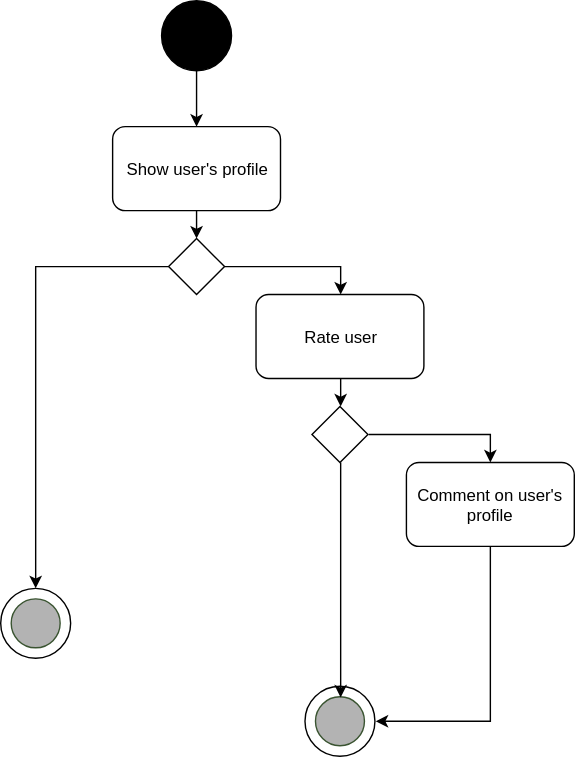
Earlier version of the draw.io export planning-and-analysis/functional-modeling/diagrams/activity-diagram/rate-activity-diagram.svg (hessamhz/software-engineering-project). Source tidied: cells renumbered, new cells last; positions are measured from the earlier drawing's top-left corner, leaving out a move shared by most shapes.
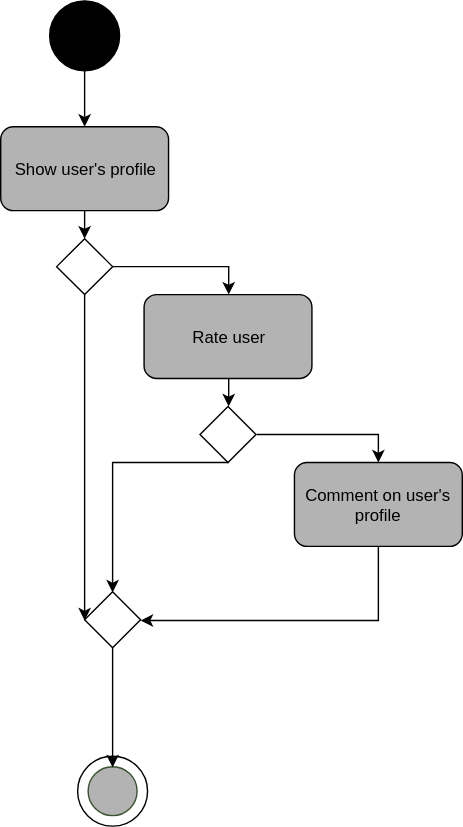
The same diagram one commit later.

Diff of the diagram source:
```diff
@@ -3,10 +3,10 @@
     <mxCell id="0" />
     <mxCell id="1" parent="0" />
     <mxCell id="2" style="ellipse;whiteSpace=wrap;html=1;strokeColor=#000000;fillColor=#FFFFFF;" parent="1" vertex="1">
-      <mxGeometry x="217.5" y="490" width="50" height="50" as="geometry" />
+      <mxGeometry x="135" y="540" width="50" height="50" as="geometry" />
     </mxCell>
     <mxCell id="3" style="ellipse;whiteSpace=wrap;html=1;strokeColor=#3A5431;fillColor=#B3B3B3;fontColor=#ffffff;" parent="1" vertex="1">
-      <mxGeometry x="225" y="497.5" width="35" height="35" as="geometry" />
+      <mxGeometry x="142.5" y="547.5" width="35" height="35" as="geometry" />
     </mxCell>
     <mxCell id="4" style="edgeStyle=orthogonalEdgeStyle;rounded=0;jettySize=auto;html=1;exitX=0.5;exitY=1;exitDx=0;exitDy=0;entryX=0.5;entryY=0;entryDx=0;entryDy=0;" parent="1" edge="1" source="5" target="7">
       <mxGeometry relative="1" as="geometry" />
@@ -17,33 +17,32 @@
     <mxCell id="6" style="edgeStyle=orthogonalEdgeStyle;rounded=0;jettySize=auto;html=1;exitX=0.5;exitY=1;exitDx=0;exitDy=0;entryX=0.5;entryY=0;entryDx=0;entryDy=0;" parent="1" edge="1" source="7" target="16">
       <mxGeometry relative="1" as="geometry" />
     </mxCell>
-    <mxCell id="7" value="Show user's profile" style="rounded=1;whiteSpace=wrap;html=1;fillColor=#FFFFFF;" parent="1" vertex="1">
+    <mxCell id="7" value="Show user's profile" style="rounded=1;whiteSpace=wrap;html=1;fillColor=#B3B3B3;" parent="1" vertex="1">
       <mxGeometry x="80" y="90" width="120" height="60" as="geometry" />
     </mxCell>
     <mxCell id="8" style="edgeStyle=orthogonalEdgeStyle;rounded=0;jettySize=auto;html=1;exitX=0.5;exitY=1;exitDx=0;exitDy=0;entryX=0.5;entryY=0;entryDx=0;entryDy=0;" parent="1" edge="1" source="9" target="19">
       <mxGeometry relative="1" as="geometry" />
     </mxCell>
-    <mxCell id="9" value="Rate user" style="rounded=1;whiteSpace=wrap;html=1;fillColor=#FFFFFF;" parent="1" vertex="1">
+    <mxCell id="9" value="Rate user" style="rounded=1;whiteSpace=wrap;html=1;fillColor=#B3B3B3;" parent="1" vertex="1">
       <mxGeometry x="182.5" y="210" width="120" height="60" as="geometry" />
     </mxCell>
-    <mxCell id="10" style="ellipse;whiteSpace=wrap;html=1;strokeColor=#000000;fillColor=#FFFFFF;" parent="1" vertex="1">
-      <mxGeometry y="420" width="50" height="50" as="geometry" />
-    </mxCell>
-    <mxCell id="11" style="ellipse;whiteSpace=wrap;html=1;strokeColor=#3A5431;fillColor=#B3B3B3;fontColor=#ffffff;" parent="1" vertex="1">
-      <mxGeometry x="7.5" y="427.5" width="35" height="35" as="geometry" />
-    </mxCell>
-    <mxCell id="12" style="edgeStyle=orthogonalEdgeStyle;rounded=0;jettySize=auto;html=1;entryX=1;entryY=0.5;entryDx=0;entryDy=0;" parent="1" edge="1" source="13" target="2">
+    <mxCell id="12" style="edgeStyle=orthogonalEdgeStyle;rounded=0;jettySize=auto;html=1;entryX=1;entryY=0.5;entryDx=0;entryDy=0;" parent="1" edge="1" source="13" target="21">
       <mxGeometry relative="1" as="geometry">
         <Array as="points">
-          <mxPoint x="350" y="515" />
+          <mxPoint x="350" y="443" />
         </Array>
       </mxGeometry>
     </mxCell>
-    <mxCell id="13" value="Comment on user's profile" style="rounded=1;whiteSpace=wrap;html=1;fillColor=#FFFFFF;" parent="1" vertex="1">
+    <mxCell id="13" value="Comment on user's profile" style="rounded=1;whiteSpace=wrap;html=1;fillColor=#B3B3B3;" parent="1" vertex="1">
       <mxGeometry x="290" y="330" width="120" height="60" as="geometry" />
     </mxCell>
-    <mxCell id="14" style="edgeStyle=orthogonalEdgeStyle;rounded=0;jettySize=auto;html=1;entryX=0.5;entryY=0;entryDx=0;entryDy=0;" parent="1" edge="1" source="16" target="10">
-      <mxGeometry relative="1" as="geometry" />
+    <mxCell id="14" style="edgeStyle=orthogonalEdgeStyle;rounded=0;jettySize=auto;html=1;entryX=0;entryY=0.5;entryDx=0;entryDy=0;" parent="1" edge="1" source="16" target="21">
+      <mxGeometry relative="1" as="geometry">
+        <Array as="points">
+          <mxPoint x="140" y="390" />
+          <mxPoint x="140" y="390" />
+        </Array>
+      </mxGeometry>
     </mxCell>
     <mxCell id="15" style="edgeStyle=orthogonalEdgeStyle;rounded=0;jettySize=auto;html=1;exitX=1;exitY=0.5;exitDx=0;exitDy=0;entryX=0.5;entryY=0;entryDx=0;entryDy=0;" parent="1" edge="1" source="16" target="9">
       <mxGeometry relative="1" as="geometry" />
@@ -51,14 +50,24 @@
     <mxCell id="16" style="rhombus;whiteSpace=wrap;html=1;fillColor=#FFFFFF;" parent="1" vertex="1">
       <mxGeometry x="120" y="170" width="40" height="40" as="geometry" />
     </mxCell>
-    <mxCell id="17" style="edgeStyle=orthogonalEdgeStyle;rounded=0;jettySize=auto;html=1;exitX=0.5;exitY=1;exitDx=0;exitDy=0;entryX=0.5;entryY=0;entryDx=0;entryDy=0;" parent="1" edge="1" source="19" target="3">
-      <mxGeometry relative="1" as="geometry" />
-    </mxCell>
     <mxCell id="18" style="edgeStyle=orthogonalEdgeStyle;rounded=0;jettySize=auto;html=1;exitX=1;exitY=0.5;exitDx=0;exitDy=0;entryX=0.5;entryY=0;entryDx=0;entryDy=0;" parent="1" edge="1" source="19" target="13">
       <mxGeometry relative="1" as="geometry" />
     </mxCell>
     <mxCell id="19" style="rhombus;whiteSpace=wrap;html=1;fillColor=#FFFFFF;" parent="1" vertex="1">
       <mxGeometry x="222.5" y="290" width="40" height="40" as="geometry" />
     </mxCell>
+    <mxCell id="20" style="edgeStyle=orthogonalEdgeStyle;rounded=0;jettySize=auto;html=1;entryX=0.5;entryY=0;entryDx=0;entryDy=0;" parent="1" edge="1" source="21" target="3">
+      <mxGeometry relative="1" as="geometry" />
+    </mxCell>
+    <mxCell id="21" style="rhombus;whiteSpace=wrap;html=1;fillColor=#FFFFFF;" parent="1" vertex="1">
+      <mxGeometry x="140" y="422.5" width="40" height="40" as="geometry" />
+    </mxCell>
+    <mxCell id="22" style="edgeStyle=orthogonalEdgeStyle;rounded=0;jettySize=auto;html=1;exitX=0.5;exitY=1;exitDx=0;exitDy=0;entryX=0.5;entryY=0;entryDx=0;entryDy=0;" parent="1" edge="1" source="19" target="21">
+      <mxGeometry relative="1" as="geometry">
+        <Array as="points">
+          <mxPoint x="160" y="330" />
+        </Array>
+      </mxGeometry>
+    </mxCell>
   </root>
 </mxGraphModel>
```
